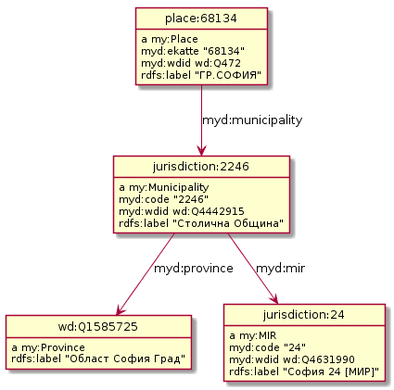
Before: model/places.png, a diagram exported from PlantUML (nikolatulechki/semanticElections).
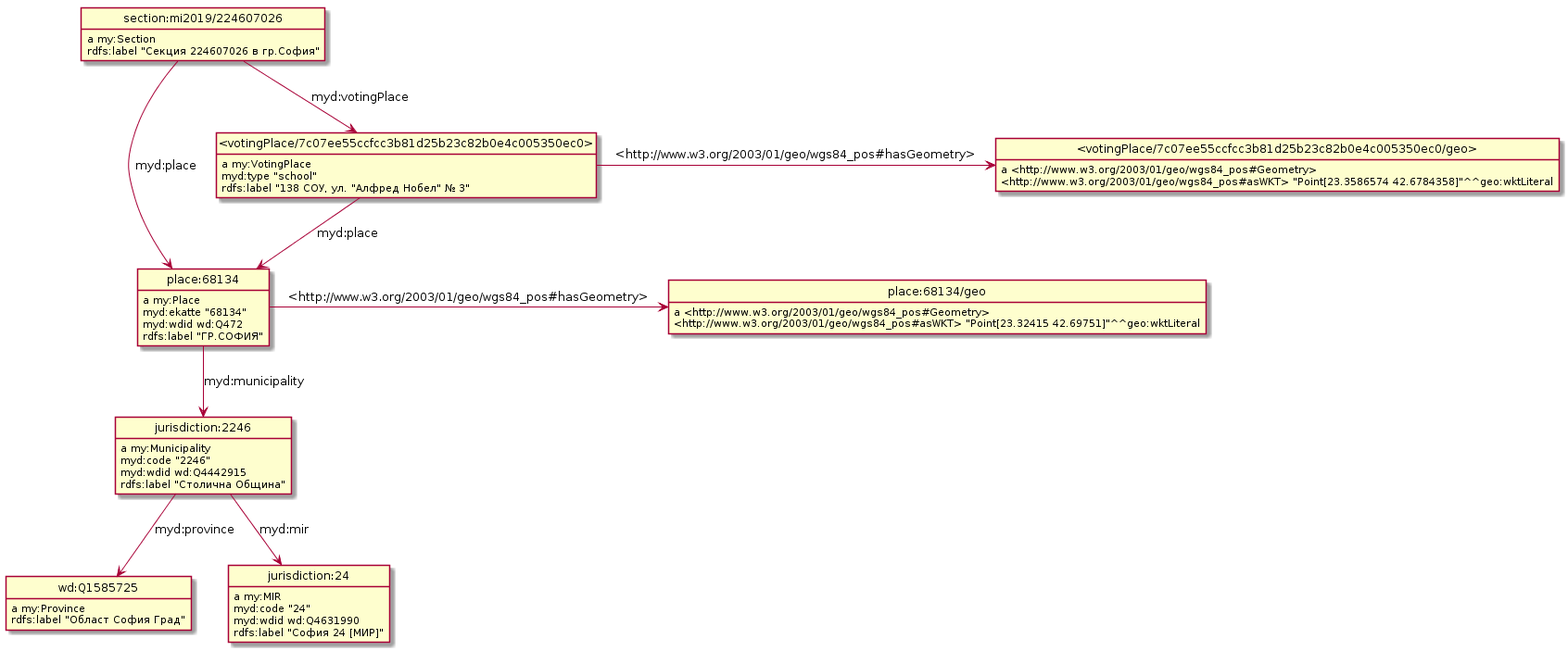
Later version of the same file.

What changed in the source:
```diff
@@ -6,22 +6,40 @@
 class wd_Q1585725 as "wd:Q1585725"
 wd_Q1585725 : a my:Province
 wd_Q1585725 : rdfs:label "Област София Град"
+class place_68134 as "place:68134"
+place_68134 : a my:Place
+class place_68134_geo as "place:68134/geo"
+place_68134 -right-> place_68134_geo : <http://www.w3.org/2003/01/geo/wgs84_pos#hasGeometry>
+class jurisdiction_2246 as "jurisdiction:2246"
+place_68134 -down-> jurisdiction_2246 : myd:municipality
+place_68134 : myd:ekatte "68134"
+place_68134 : myd:wdid wd:Q472
+place_68134 : rdfs:label "ГР.СОФИЯ"
+place_68134_geo : a <http://www.w3.org/2003/01/geo/wgs84_pos#Geometry>
+place_68134_geo : <http://www.w3.org/2003/01/geo/wgs84_pos#asWKT> "Point[23.32415 42.69751]"^^geo:wktLiteral
 class jurisdiction_24 as "jurisdiction:24"
 jurisdiction_24 : a my:MIR
 jurisdiction_24 : myd:code "24"
 jurisdiction_24 : myd:wdid wd:Q4631990
 jurisdiction_24 : rdfs:label "София 24 [МИР]"
-class place_68134 as "place:68134"
-place_68134 : a my:Place
-class jurisdiction_2246 as "jurisdiction:2246"
-place_68134 -down-> jurisdiction_2246 : myd:municipality
-place_68134 : myd:ekatte "68134"
-place_68134 : myd:wdid wd:Q472
-place_68134 : rdfs:label "ГР.СОФИЯ"
 jurisdiction_2246 : a my:Municipality
+jurisdiction_2246 -down-> jurisdiction_24 : myd:mir
 jurisdiction_2246 -down-> wd_Q1585725 : myd:province
-jurisdiction_2246 -down-> jurisdiction_24 : myd:mir
 jurisdiction_2246 : myd:code "2246"
 jurisdiction_2246 : myd:wdid wd:Q4442915
 jurisdiction_2246 : rdfs:label "Столична Община"
+class _votingPlace_7c07ee55ccfcc3b81d25b23c82b0e4c005350ec0_geo_ as "<votingPlace/7c07ee55ccfcc3b81d25b23c82b0e4c005350ec0/geo>"
+_votingPlace_7c07ee55ccfcc3b81d25b23c82b0e4c005350ec0_geo_ : a <http://www.w3.org/2003/01/geo/wgs84_pos#Geometry>
+_votingPlace_7c07ee55ccfcc3b81d25b23c82b0e4c005350ec0_geo_ : <http://www.w3.org/2003/01/geo/wgs84_pos#asWKT> "Point[23.3586574 42.6784358]"^^geo:wktLiteral
+class _votingPlace_7c07ee55ccfcc3b81d25b23c82b0e4c005350ec0_ as "<votingPlace/7c07ee55ccfcc3b81d25b23c82b0e4c005350ec0>"
+_votingPlace_7c07ee55ccfcc3b81d25b23c82b0e4c005350ec0_ : a my:VotingPlace
+_votingPlace_7c07ee55ccfcc3b81d25b23c82b0e4c005350ec0_ -down-> place_68134 : myd:place
+_votingPlace_7c07ee55ccfcc3b81d25b23c82b0e4c005350ec0_ -right-> _votingPlace_7c07ee55ccfcc3b81d25b23c82b0e4c005350ec0_geo_ : <http://www.w3.org/2003/01/geo/wgs84_pos#hasGeometry>
+_votingPlace_7c07ee55ccfcc3b81d25b23c82b0e4c005350ec0_ : myd:type "school"
+_votingPlace_7c07ee55ccfcc3b81d25b23c82b0e4c005350ec0_ : rdfs:label "138 СОУ, ул. "Алфред Нобел" № 3"
+class section_mi2019_224607026 as "section:mi2019/224607026"
+section_mi2019_224607026 : a my:Section
+section_mi2019_224607026 -down-> _votingPlace_7c07ee55ccfcc3b81d25b23c82b0e4c005350ec0_ : myd:votingPlace
+section_mi2019_224607026 -down-> place_68134 : myd:place
+section_mi2019_224607026 : rdfs:label "Секция 224607026 в гр.София"
 @enduml
```
